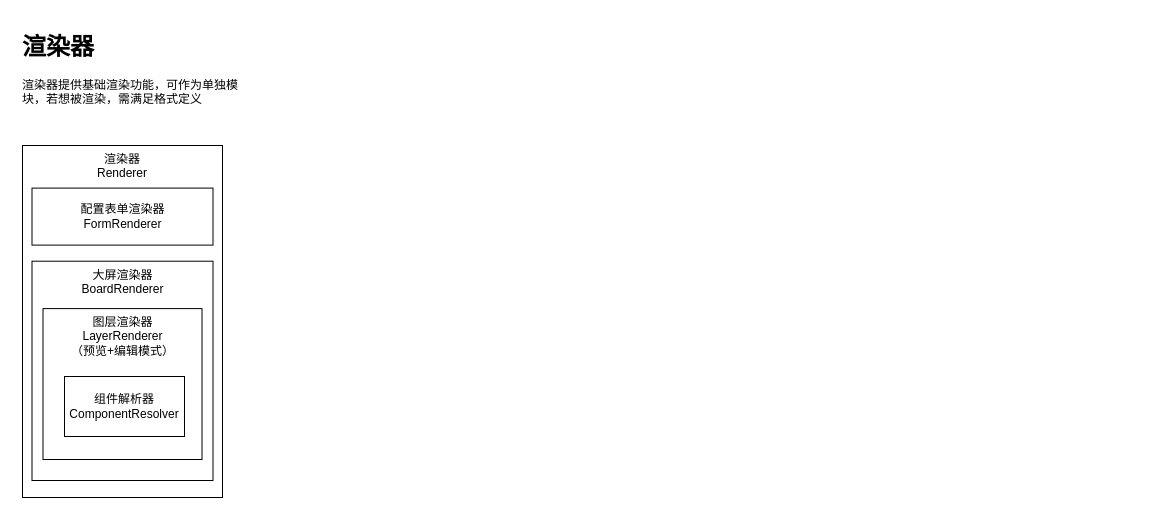
Before: docs/design.drawio in babyhzz/h-editor, a draw.io diagram. Source tidied: cells renumbered, new cells numbered last; positions are measured from the earlier drawing's top-left corner, leaving out a move shared by most shapes. Both pictures are drawn from the tidied source at 100%, with x=0, y=0 at pixel (17, 27).
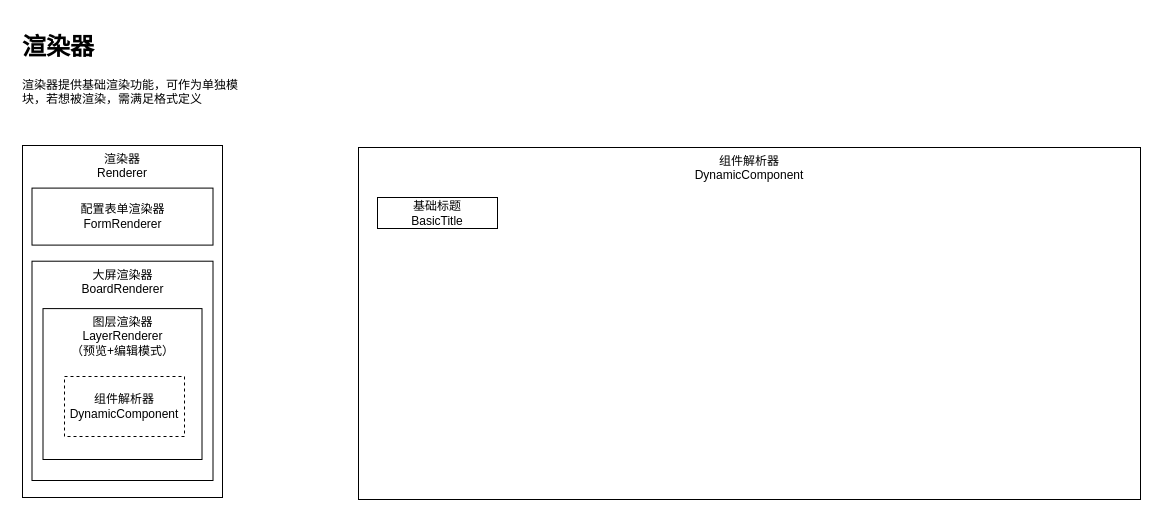
After the change.

Change to the diagram source:
```diff
@@
 <mxGraphModel>
   <root>
     <mxCell id="0" />
     <mxCell id="1" parent="0" />
     <mxCell id="2" value="&lt;h1&gt;渲染器&lt;/h1&gt;&lt;div&gt;渲染器提供基础渲染功能，可作为单独模块，若想被渲染，需满足格式定义&lt;/div&gt;" style="text;html=1;strokeColor=none;fillColor=none;spacing=5;spacingTop=-20;whiteSpace=wrap;overflow=hidden;rounded=0;" parent="1" vertex="1">
       <mxGeometry width="236" height="120" as="geometry" />
     </mxCell>
     <mxCell id="3" value="渲染器&lt;br&gt;Renderer" style="rounded=0;whiteSpace=wrap;html=1;labelPosition=center;verticalLabelPosition=middle;align=center;verticalAlign=top;" parent="1" vertex="1">
       <mxGeometry x="5" y="118" width="200" height="352" as="geometry" />
     </mxCell>
     <mxCell id="4" value="配置表单渲染器&lt;br&gt;FormRenderer" style="rounded=0;whiteSpace=wrap;html=1;" parent="1" vertex="1">
       <mxGeometry x="14.5" y="160.6" width="181" height="57" as="geometry" />
     </mxCell>
     <mxCell id="5" value="大屏渲染器&lt;br&gt;BoardRenderer" style="rounded=0;whiteSpace=wrap;html=1;horizontal=1;labelPosition=center;verticalLabelPosition=middle;align=center;verticalAlign=top;" parent="1" vertex="1">
       <mxGeometry x="14.5" y="233.7" width="181" height="219.3" as="geometry" />
     </mxCell>
     <mxCell id="6" value="图层渲染器&lt;br&gt;LayerRenderer&lt;br&gt;（预览+编辑模式）" style="rounded=0;whiteSpace=wrap;html=1;verticalAlign=top;" parent="1" vertex="1">
       <mxGeometry x="25.5" y="281.1" width="159" height="150.9" as="geometry" />
     </mxCell>
-    <mxCell id="7" value="组件解析器&lt;br&gt;ComponentResolver" style="rounded=0;whiteSpace=wrap;html=1;" parent="1" vertex="1">
+    <mxCell id="7" value="组件解析器&lt;br&gt;DynamicComponent" style="rounded=0;whiteSpace=wrap;html=1;dashed=1;" parent="1" vertex="1">
       <mxGeometry x="47" y="349" width="120" height="60" as="geometry" />
     </mxCell>
+    <mxCell id="8" value="组件解析器&lt;br&gt;DynamicComponent" style="rounded=0;whiteSpace=wrap;html=1;verticalAlign=top;" parent="1" vertex="1">
+      <mxGeometry x="341" y="120" width="782" height="352" as="geometry" />
+    </mxCell>
+    <mxCell id="9" value="基础标题&lt;br&gt;BasicTitle" style="rounded=0;whiteSpace=wrap;html=1;" parent="1" vertex="1">
+      <mxGeometry x="360" y="170" width="120" height="31" as="geometry" />
+    </mxCell>
   </root>
 </mxGraphModel>
```
